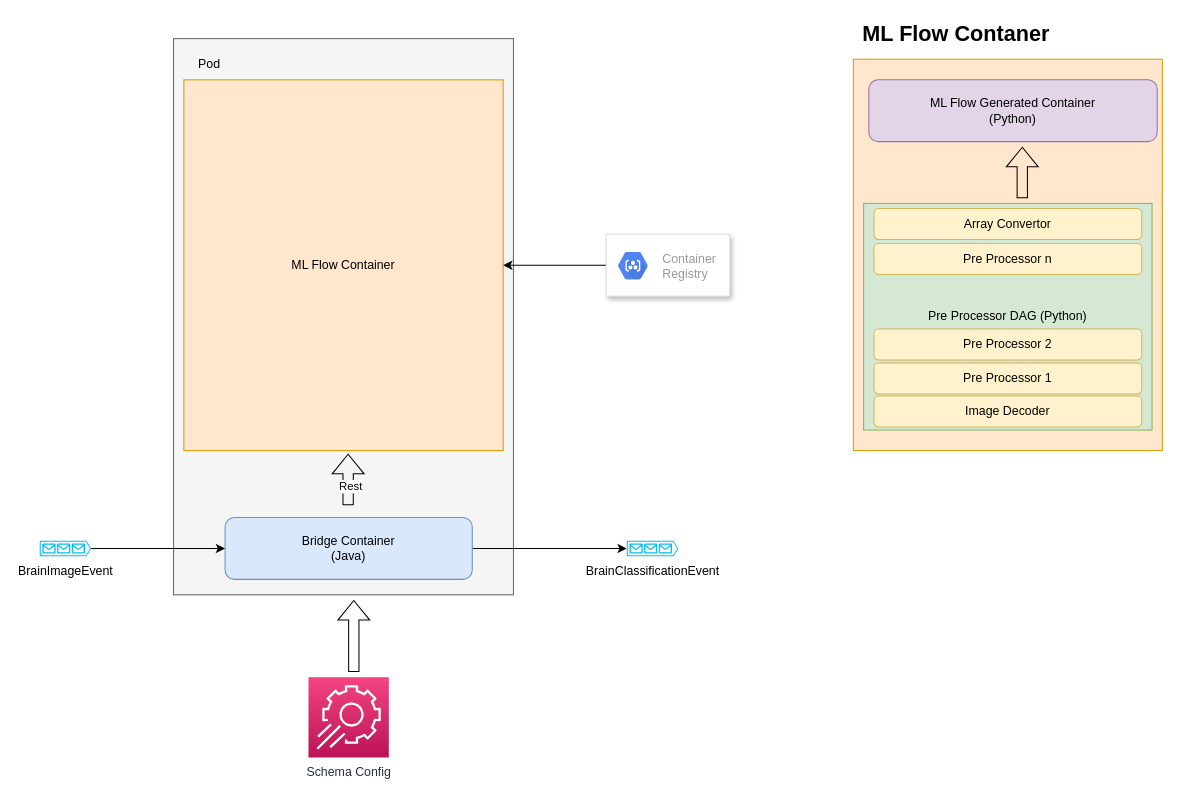
brain-os/brain-proto keeps this draw.io diagram as page "ML In Process" (1 of 6) of docs/diagram/ml.drawio. Above is the earlier version. Source tidied: cells renumbered, new cells numbered last; positions are measured from the earlier drawing's top-left corner, leaving out a move shared by most shapes. Both pictures are drawn from the tidied source at 103%, with x=0, y=0 at pixel (39, 18).
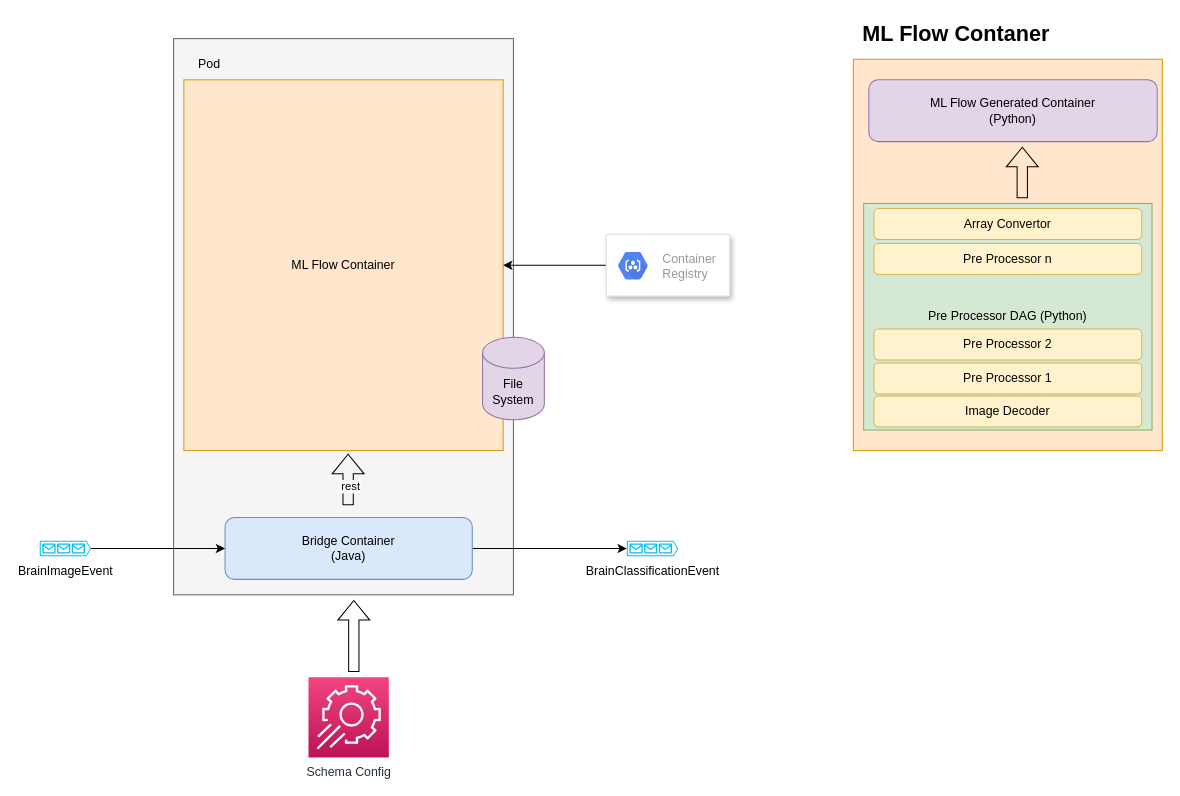
The same page after the edit.

The change refers to these unchanged cells:
```xml
<mxCell id="10" style="shape=flexArrow;endArrow=classic;html=1;rounded=0;" parent="1" edge="1">
  <mxGeometry relative="1" as="geometry">
    <mxPoint x="299.5" y="473" as="sourcePoint" />
    <mxPoint x="299.5" y="423" as="targetPoint" />
  </mxGeometry>
</mxCell>
```

Diff of the diagram source:
```diff
@@
-    <mxCell id="11" value="Rest" style="edgeLabel;html=1;align=center;verticalAlign=middle;" parent="10" vertex="1">
+    <mxCell id="11" value="rest" style="edgeLabel;html=1;align=center;verticalAlign=middle;" parent="10" vertex="1">
       <mxGeometry x="-0.24" y="-2" relative="1" as="geometry" />
     </mxCell>
@@
+    <mxCell id="27" value="File System" style="shape=cylinder3;whiteSpace=wrap;html=1;boundedLbl=1;backgroundOutline=1;size=15;fillColor=#e1d5e7;strokeColor=#9673a6;" parent="1" vertex="1">
+      <mxGeometry x="430" y="310" width="60" height="80" as="geometry" />
+    </mxCell>
```
